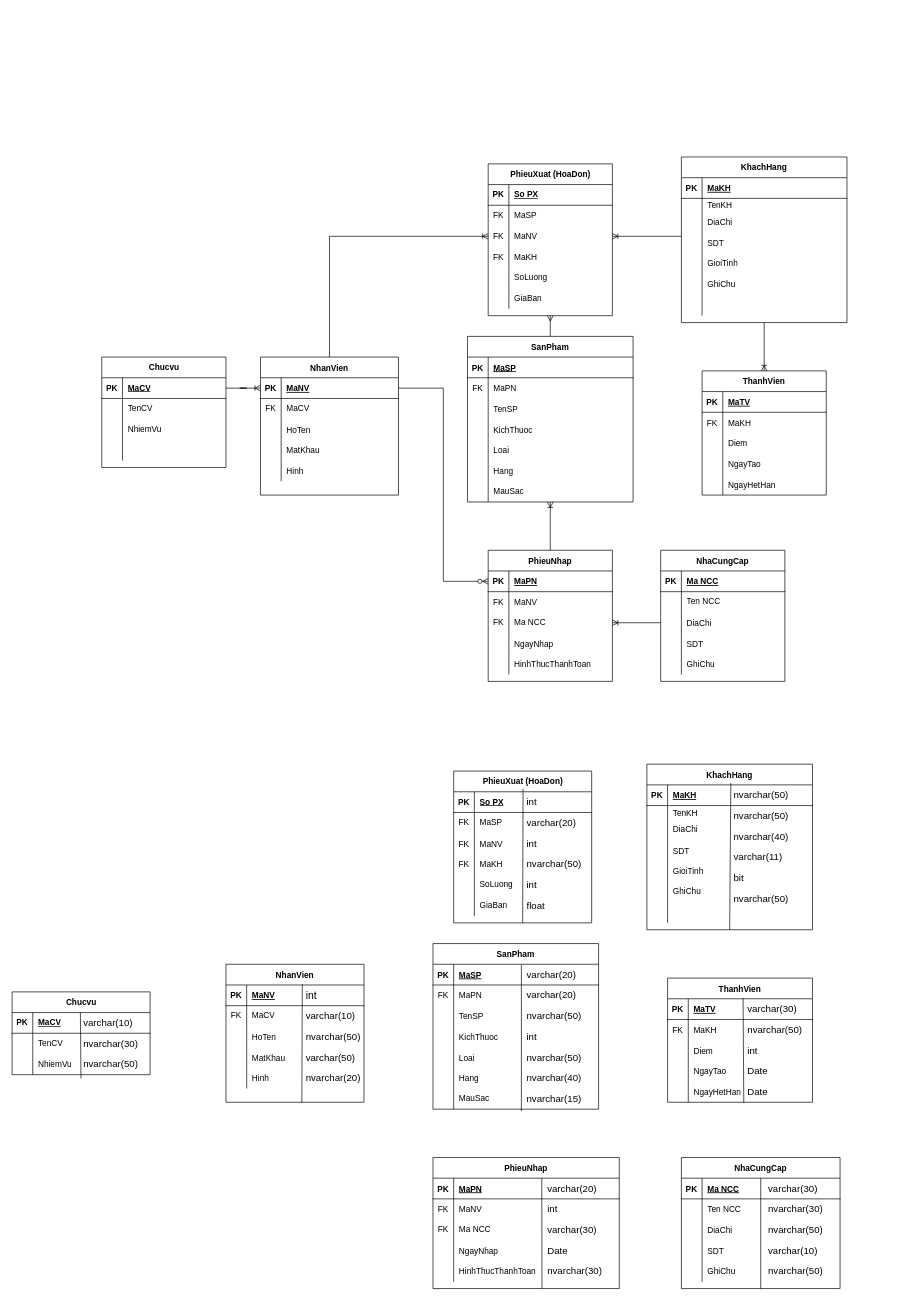
Before: ERD.drawio in Westeros091/Snethlios, a draw.io diagram. Source tidied: cells renumbered, new cells numbered last; positions are measured from the earlier drawing's top-left corner, leaving out a move shared by most shapes. Both pictures are drawn from the tidied source at 69%, with x=0, y=0 at pixel (12, 157).
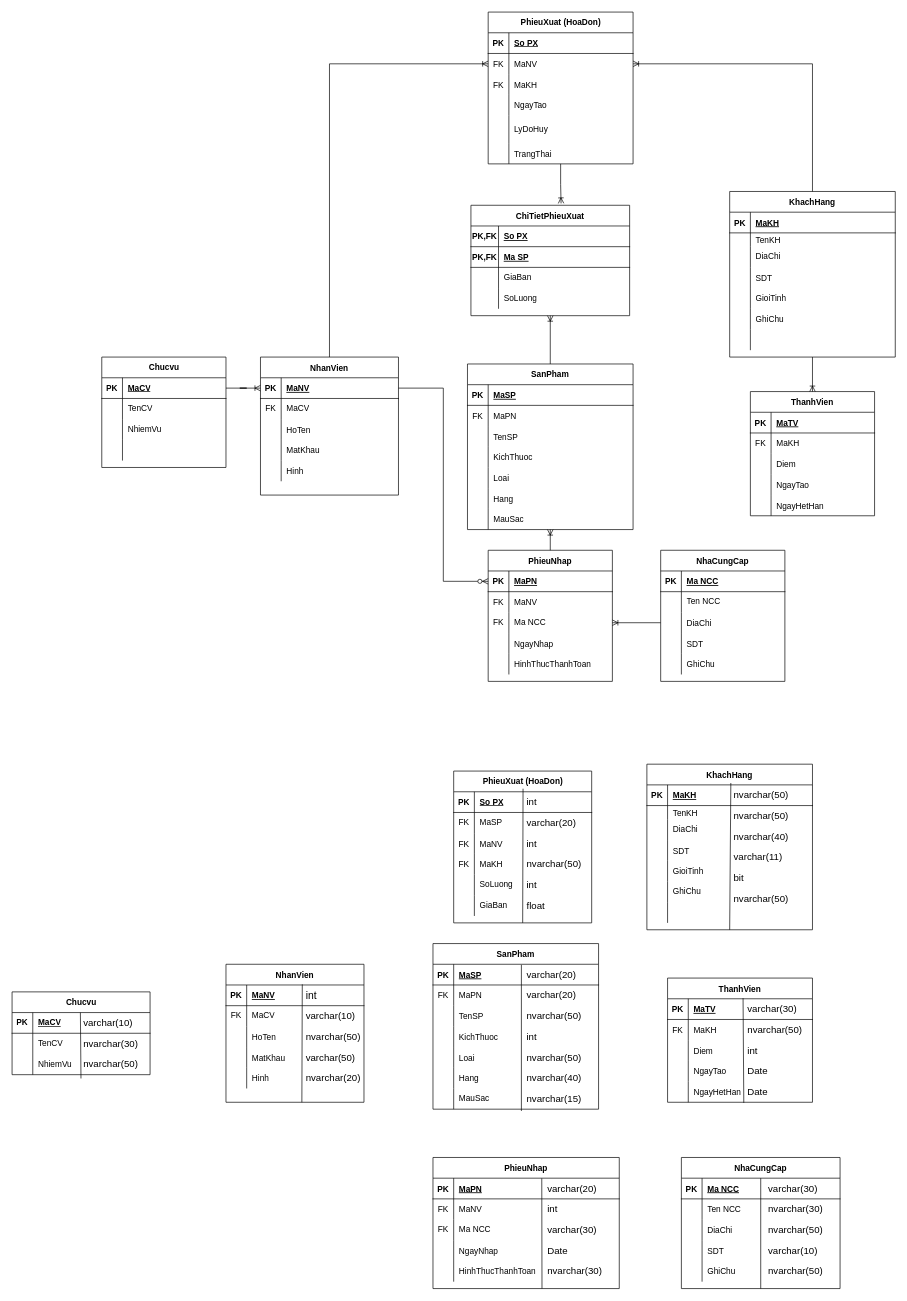
The same page after the edit.

Change to the diagram source:
```diff
@@
+    <mxCell id="338" style="edgeStyle=orthogonalEdgeStyle;rounded=0;jettySize=auto;html=1;entryX=0.5;entryY=1;entryDx=0;entryDy=0;endArrow=ERoneToMany;endFill=0;" parent="1" edge="1" source="2" target="349">
+      <mxGeometry relative="1" as="geometry" />
+    </mxCell>
     <mxCell id="2" value="SanPham" style="shape=table;startSize=30;childLayout=tableLayout;rowLines=0;fontStyle=1;align=center;" parent="1" vertex="1">
-      <mxGeometry x="660" y="260" width="240" height="240" as="geometry" />
+      <mxGeometry x="660" y="300" width="240" height="240" as="geometry" />
     </mxCell>
@@
     <mxCell id="24" value="KhachHang" style="shape=table;startSize=30;childLayout=tableLayout;rowLines=0;fontStyle=1;align=center;" parent="1" vertex="1">
-      <mxGeometry x="970" width="240" height="240" as="geometry" />
+      <mxGeometry x="1040" y="50" width="240" height="240" as="geometry" />
     </mxCell>
@@
+    <mxCell id="339" style="edgeStyle=orthogonalEdgeStyle;rounded=0;jettySize=auto;html=1;entryX=0.568;entryY=-0.017;entryDx=0;entryDy=0;entryPerimeter=0;endArrow=ERoneToMany;endFill=0;" parent="1" edge="1" source="109" target="349">
+      <mxGeometry relative="1" as="geometry" />
+    </mxCell>
     <mxCell id="109" value="PhieuXuat (HoaDon)" style="shape=table;startSize=30;childLayout=tableLayout;rowLines=0;fontStyle=1;align=center;labelBackgroundColor=none;html=1;" parent="1" vertex="1">
-      <mxGeometry x="690" y="10" width="180" height="220" as="geometry" />
+      <mxGeometry x="690" y="-210" width="210" height="220" as="geometry" />
     </mxCell>
     <mxCell id="110" style="shape=tableRow;horizontal=0;startSize=0;swimlaneHead=0;swimlaneBody=0;fillColor=none;top=0;left=0;right=0;bottom=1;labelBackgroundColor=none;html=1;" parent="109" vertex="1">
-      <mxGeometry y="30" width="180" height="30" as="geometry" />
+      <mxGeometry y="30" width="210" height="30" as="geometry" />
     </mxCell>
@@
     <mxCell id="112" value="So PX" style="shape=partialRectangle;fillColor=none;top=0;left=0;bottom=0;right=0;align=left;spacingLeft=6;fontStyle=5;overflow=hidden;labelBackgroundColor=none;html=1;" parent="110" vertex="1">
-      <mxGeometry x="30" width="150" height="30" as="geometry" />
+      <mxGeometry x="30" width="180" height="30" as="geometry" />
     </mxCell>
-    <mxCell id="113" style="shape=tableRow;horizontal=0;startSize=0;swimlaneHead=0;swimlaneBody=0;fillColor=none;top=0;left=0;right=0;bottom=0;labelBackgroundColor=none;html=1;" parent="109" vertex="1">
-      <mxGeometry y="60" width="180" height="30" as="geometry" />
-    </mxCell>
-    <mxCell id="114" value="FK" style="shape=partialRectangle;fillColor=none;top=0;left=0;bottom=0;right=0;overflow=hidden;labelBackgroundColor=none;html=1;" parent="113" vertex="1">
-      <mxGeometry width="30" height="30" as="geometry" />
-    </mxCell>
-    <mxCell id="115" value="MaSP" style="shape=partialRectangle;fillColor=none;top=0;left=0;bottom=0;right=0;align=left;spacingLeft=6;overflow=hidden;labelBackgroundColor=none;html=1;" parent="113" vertex="1">
-      <mxGeometry x="30" width="150" height="30" as="geometry" />
-    </mxCell>
     <mxCell id="116" style="shape=tableRow;horizontal=0;startSize=0;swimlaneHead=0;swimlaneBody=0;fillColor=none;points=[[0,0.5],[1,0.5]];portConstraint=eastwest;top=0;left=0;right=0;bottom=0;" parent="109" vertex="1">
-      <mxGeometry y="90" width="180" height="30" as="geometry" />
+      <mxGeometry y="60" width="210" height="30" as="geometry" />
     </mxCell>
@@
     <mxCell id="118" value="MaNV" style="shape=partialRectangle;fillColor=none;top=0;left=0;bottom=0;right=0;align=left;spacingLeft=6;fontStyle=0;overflow=hidden;" parent="116" vertex="1">
-      <mxGeometry x="30" width="150" height="30" as="geometry" />
+      <mxGeometry x="30" width="180" height="30" as="geometry" />
     </mxCell>
     <mxCell id="119" style="shape=tableRow;horizontal=0;startSize=0;swimlaneHead=0;swimlaneBody=0;fillColor=none;top=0;left=0;right=0;bottom=0;" parent="109" vertex="1">
-      <mxGeometry y="120" width="180" height="30" as="geometry" />
+      <mxGeometry y="90" width="210" height="30" as="geometry" />
     </mxCell>
@@
     <mxCell id="121" value="MaKH" style="shape=partialRectangle;fillColor=none;top=0;left=0;bottom=0;right=0;align=left;spacingLeft=6;fontStyle=0;overflow=hidden;" parent="119" vertex="1">
-      <mxGeometry x="30" width="150" height="30" as="geometry" />
+      <mxGeometry x="30" width="180" height="30" as="geometry" />
     </mxCell>
-    <mxCell id="122" style="shape=tableRow;horizontal=0;startSize=0;swimlaneHead=0;swimlaneBody=0;fillColor=none;top=0;left=0;right=0;bottom=0;labelBackgroundColor=none;html=1;" parent="109" vertex="1">
-      <mxGeometry y="150" width="180" height="30" as="geometry" />
-    </mxCell>
-    <mxCell id="123" style="shape=partialRectangle;fillColor=none;top=0;left=0;bottom=0;right=0;overflow=hidden;labelBackgroundColor=none;html=1;" parent="122" vertex="1">
-      <mxGeometry width="30" height="30" as="geometry" />
-    </mxCell>
-    <mxCell id="124" value="SoLuong" style="shape=partialRectangle;fillColor=none;top=0;left=0;bottom=0;right=0;align=left;spacingLeft=6;overflow=hidden;labelBackgroundColor=none;html=1;" parent="122" vertex="1">
-      <mxGeometry x="30" width="150" height="30" as="geometry" />
-    </mxCell>
-    <mxCell id="125" style="shape=tableRow;horizontal=0;startSize=0;swimlaneHead=0;swimlaneBody=0;fillColor=none;top=0;left=0;right=0;bottom=0;labelBackgroundColor=none;html=1;" parent="109" vertex="1">
-      <mxGeometry y="180" width="180" height="30" as="geometry" />
-    </mxCell>
-    <mxCell id="126" style="shape=partialRectangle;fillColor=none;top=0;left=0;bottom=0;right=0;overflow=hidden;labelBackgroundColor=none;html=1;" parent="125" vertex="1">
-      <mxGeometry width="30" height="30" as="geometry" />
-    </mxCell>
-    <mxCell id="127" value="GiaBan" style="shape=partialRectangle;fillColor=none;top=0;left=0;bottom=0;right=0;align=left;spacingLeft=6;overflow=hidden;labelBackgroundColor=none;html=1;" parent="125" vertex="1">
-      <mxGeometry x="30" width="150" height="30" as="geometry" />
-    </mxCell>
-    <mxCell id="128" style="fontSize=12;html=1;endArrow=none;endFill=0;rounded=0;exitX=0.5;exitY=1;exitDx=0;exitDy=0;entryX=0.5;entryY=0;entryDx=0;entryDy=0;edgeStyle=orthogonalEdgeStyle;startArrow=ERmany;startFill=0;" parent="1" edge="1" source="109" target="2">
-      <mxGeometry relative="1" as="geometry" />
-    </mxCell>
+    <mxCell id="340" style="shape=tableRow;horizontal=0;startSize=0;swimlaneHead=0;swimlaneBody=0;fillColor=none;top=0;left=0;right=0;bottom=0;" parent="109" vertex="1">
+      <mxGeometry y="120" width="210" height="30" as="geometry" />
+    </mxCell>
+    <mxCell id="341" style="shape=partialRectangle;fillColor=none;top=0;left=0;bottom=0;right=0;overflow=hidden;" parent="340" vertex="1">
+      <mxGeometry width="30" height="30" as="geometry" />
+    </mxCell>
+    <mxCell id="342" value="NgayTao" style="shape=partialRectangle;fillColor=none;top=0;left=0;bottom=0;right=0;align=left;spacingLeft=6;overflow=hidden;" parent="340" vertex="1">
+      <mxGeometry x="30" width="180" height="30" as="geometry" />
+    </mxCell>
+    <mxCell id="343" style="shape=tableRow;horizontal=0;startSize=0;swimlaneHead=0;swimlaneBody=0;fillColor=none;top=0;left=0;right=0;bottom=0;" parent="109" vertex="1">
+      <mxGeometry y="150" width="210" height="40" as="geometry" />
+    </mxCell>
+    <mxCell id="344" style="shape=partialRectangle;fillColor=none;top=0;left=0;bottom=0;right=0;overflow=hidden;" parent="343" vertex="1">
+      <mxGeometry width="30" height="40" as="geometry" />
+    </mxCell>
+    <mxCell id="345" value="LyDoHuy" style="shape=partialRectangle;fillColor=none;top=0;left=0;bottom=0;right=0;align=left;spacingLeft=6;overflow=hidden;" parent="343" vertex="1">
+      <mxGeometry x="30" width="180" height="40" as="geometry" />
+    </mxCell>
+    <mxCell id="346" style="shape=tableRow;horizontal=0;startSize=0;swimlaneHead=0;swimlaneBody=0;fillColor=none;top=0;left=0;right=0;bottom=0;" parent="109" vertex="1">
+      <mxGeometry y="190" width="210" height="30" as="geometry" />
+    </mxCell>
+    <mxCell id="347" style="shape=partialRectangle;fillColor=none;top=0;left=0;bottom=0;right=0;overflow=hidden;" parent="346" vertex="1">
+      <mxGeometry width="30" height="30" as="geometry" />
+    </mxCell>
+    <mxCell id="348" value="TrangThai" style="shape=partialRectangle;fillColor=none;top=0;left=0;bottom=0;right=0;align=left;spacingLeft=6;overflow=hidden;" parent="346" vertex="1">
+      <mxGeometry x="30" width="180" height="30" as="geometry" />
+    </mxCell>
@@
-    <mxCell id="131" style="fontSize=12;html=1;endArrow=none;rounded=0;startArrow=ERoneToMany;startFill=0;endFill=0;exitX=1;exitY=0.5;exitDx=0;exitDy=0;" parent="1" edge="1" source="116">
-      <mxGeometry relative="1" as="geometry">
-        <mxPoint x="970" y="115" as="targetPoint" />
-      </mxGeometry>
+    <mxCell id="131" style="fontSize=12;html=1;endArrow=none;rounded=0;startArrow=ERoneToMany;startFill=0;endFill=0;exitX=1;exitY=0.5;exitDx=0;exitDy=0;entryX=0.5;entryY=0;entryDx=0;entryDy=0;edgeStyle=orthogonalEdgeStyle;" parent="1" edge="1" source="116" target="24">
+      <mxGeometry relative="1" as="geometry" />
     </mxCell>
@@
     <mxCell id="133" value="ThanhVien" style="shape=table;startSize=30;childLayout=tableLayout;rowLines=0;fontStyle=1;align=center;" parent="1" vertex="1">
-      <mxGeometry x="1000" y="310" width="180" height="180" as="geometry" />
+      <mxGeometry x="1070" y="340" width="180" height="180" as="geometry" />
     </mxCell>
@@
+    <mxCell id="349" value="ChiTietPhieuXuat" style="shape=table;startSize=30;childLayout=tableLayout;rowLines=0;fontStyle=1;align=center;" parent="1" vertex="1">
+      <mxGeometry x="665" y="70" width="230" height="160" as="geometry" />
+    </mxCell>
+    <mxCell id="350" style="shape=tableRow;horizontal=0;startSize=0;swimlaneHead=0;swimlaneBody=0;fillColor=none;top=0;left=0;right=0;bottom=1;" parent="349" vertex="1">
+      <mxGeometry y="30" width="230" height="30" as="geometry" />
+    </mxCell>
+    <mxCell id="351" value="PK,FK" style="shape=partialRectangle;fillColor=none;top=0;left=0;bottom=0;right=0;fontStyle=1;overflow=hidden;" parent="350" vertex="1">
+      <mxGeometry width="40" height="30" as="geometry" />
+    </mxCell>
+    <mxCell id="352" value="So PX" style="shape=partialRectangle;fillColor=none;top=0;left=0;bottom=0;right=0;align=left;spacingLeft=6;fontStyle=5;overflow=hidden;" parent="350" vertex="1">
+      <mxGeometry x="40" width="190" height="30" as="geometry" />
+    </mxCell>
+    <mxCell id="353" style="shape=tableRow;horizontal=0;startSize=0;swimlaneHead=0;swimlaneBody=0;fillColor=none;top=0;left=0;right=0;bottom=1;" parent="349" vertex="1">
+      <mxGeometry y="60" width="230" height="30" as="geometry" />
+    </mxCell>
+    <mxCell id="354" value="PK,FK" style="shape=partialRectangle;fillColor=none;top=0;left=0;bottom=0;right=0;fontStyle=1;overflow=hidden;" parent="353" vertex="1">
+      <mxGeometry width="40" height="30" as="geometry" />
+    </mxCell>
+    <mxCell id="355" value="Ma SP" style="shape=partialRectangle;fillColor=none;top=0;left=0;bottom=0;right=0;align=left;spacingLeft=6;fontStyle=5;overflow=hidden;" parent="353" vertex="1">
+      <mxGeometry x="40" width="190" height="30" as="geometry" />
+    </mxCell>
+    <mxCell id="125" style="shape=tableRow;horizontal=0;startSize=0;swimlaneHead=0;swimlaneBody=0;fillColor=none;top=0;left=0;right=0;bottom=0;labelBackgroundColor=none;html=1;" parent="349" vertex="1">
+      <mxGeometry y="90" width="230" height="30" as="geometry" />
+    </mxCell>
+    <mxCell id="126" style="shape=partialRectangle;fillColor=none;top=0;left=0;bottom=0;right=0;overflow=hidden;labelBackgroundColor=none;html=1;" parent="125" vertex="1">
+      <mxGeometry width="40" height="30" as="geometry" />
+    </mxCell>
+    <mxCell id="127" value="GiaBan" style="shape=partialRectangle;fillColor=none;top=0;left=0;bottom=0;right=0;align=left;spacingLeft=6;overflow=hidden;labelBackgroundColor=none;html=1;" parent="125" vertex="1">
+      <mxGeometry x="40" width="190" height="30" as="geometry" />
+    </mxCell>
+    <mxCell id="122" style="shape=tableRow;horizontal=0;startSize=0;swimlaneHead=0;swimlaneBody=0;fillColor=none;top=0;left=0;right=0;bottom=0;labelBackgroundColor=none;html=1;" parent="349" vertex="1">
+      <mxGeometry y="120" width="230" height="30" as="geometry" />
+    </mxCell>
+    <mxCell id="123" style="shape=partialRectangle;fillColor=none;top=0;left=0;bottom=0;right=0;overflow=hidden;labelBackgroundColor=none;html=1;" parent="122" vertex="1">
+      <mxGeometry width="40" height="30" as="geometry" />
+    </mxCell>
+    <mxCell id="124" value="SoLuong" style="shape=partialRectangle;fillColor=none;top=0;left=0;bottom=0;right=0;align=left;spacingLeft=6;overflow=hidden;labelBackgroundColor=none;html=1;" parent="122" vertex="1">
+      <mxGeometry x="40" width="190" height="30" as="geometry" />
+    </mxCell>
```
